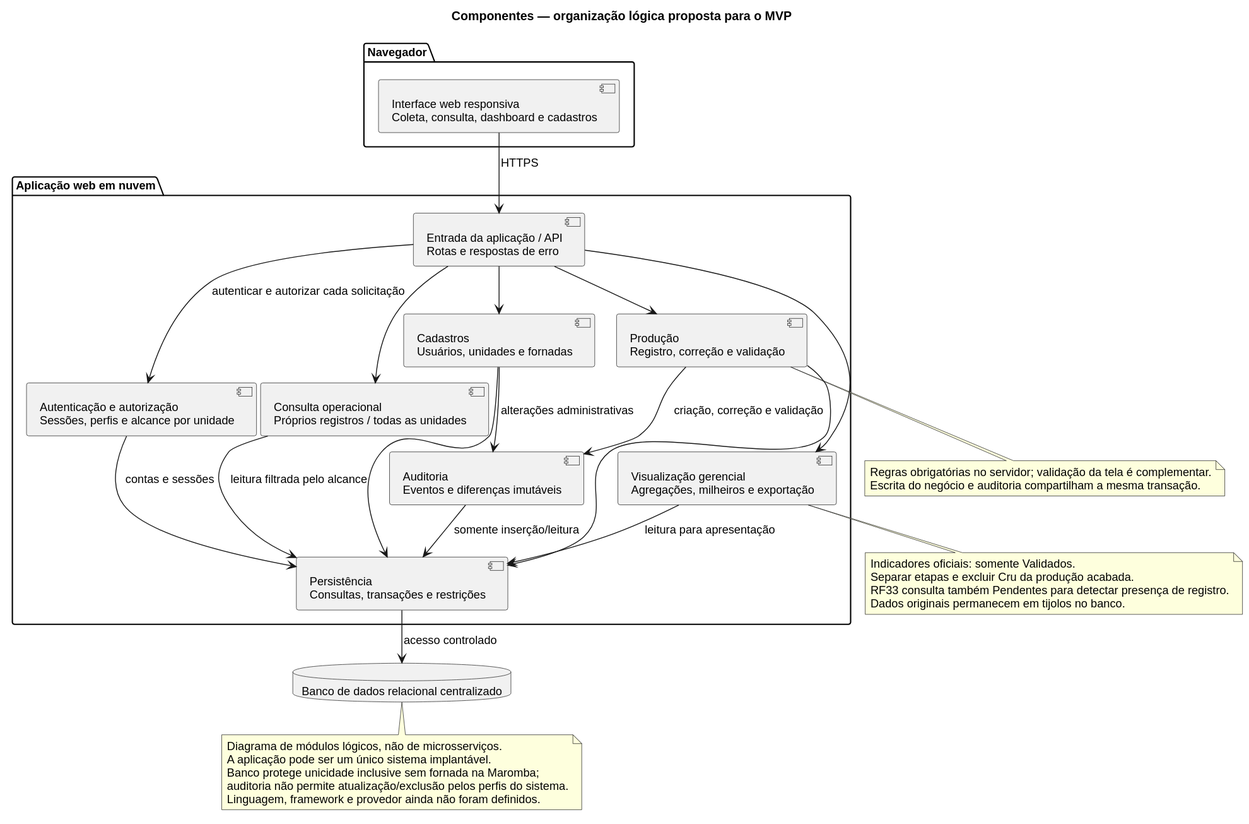
This is docs/uml/svg/09_componentes.svg from emilynerys/Projeto-Cer-mica-SOCRE, a PlantUML export, as it was before one commit. Its diagram source:
```plantuml
@startuml
!pragma layout smetana
skinparam shadowing false
skinparam componentStyle uml2
skinparam defaultFontName Arial
skinparam defaultFontSize 13
title Componentes — organização lógica proposta para o MVP

package "Navegador" {
  component "Interface web responsiva\nColeta, consulta, dashboard e cadastros" as UI
}

package "Aplicação web em nuvem" {
  component "Entrada da aplicação / API\nRotas e respostas de erro" as API
  component "Autenticação e autorização\nSessões, perfis e alcance por unidade" as Acesso
  component "Produção\nRegistro, correção e validação" as Producao
  component "Consulta operacional\nPróprios registros / todas as unidades" as Consulta
  component "Visualização gerencial\nAgregações, milheiros e exportação" as BI
  component "Cadastros\nUsuários, unidades e fornadas" as Cadastros
  component "Auditoria\nEventos e diferenças imutáveis" as Auditoria
  component "Persistência\nConsultas, transações e restrições" as Persistencia
}

database "Banco de dados relacional centralizado" as BD

UI --> API : HTTPS
API --> Acesso : autenticar e autorizar cada solicitação
API --> Producao
API --> Consulta
API --> BI
API --> Cadastros
Producao --> Auditoria : criação, correção e validação
Cadastros --> Auditoria : alterações administrativas
Producao --> Persistencia
Consulta --> Persistencia : leitura filtrada pelo alcance
BI --> Persistencia : leitura para apresentação
Cadastros --> Persistencia
Acesso --> Persistencia : contas e sessões
Auditoria --> Persistencia : somente inserção/leitura
Persistencia --> BD : acesso controlado

note bottom of Producao
  Regras obrigatórias no servidor; validação da tela é complementar.
  Escrita do negócio e auditoria compartilham a mesma transação.
end note
note bottom of BI
  Indicadores oficiais: somente Validados.
  Separar etapas e excluir Cru da produção acabada.
  RF33 consulta também Pendentes para detectar presença de registro.
  Dados originais permanecem em tijolos no banco.
end note
note bottom of BD
  Diagrama de módulos lógicos, não de microsserviços.
  A aplicação pode ser um único sistema implantável.
  Banco protege unicidade inclusive sem fornada na Maromba;
  auditoria não permite atualização/exclusão pelos perfis do sistema.
  Linguagem, framework e provedor ainda não foram definidos.
end note
@enduml
```
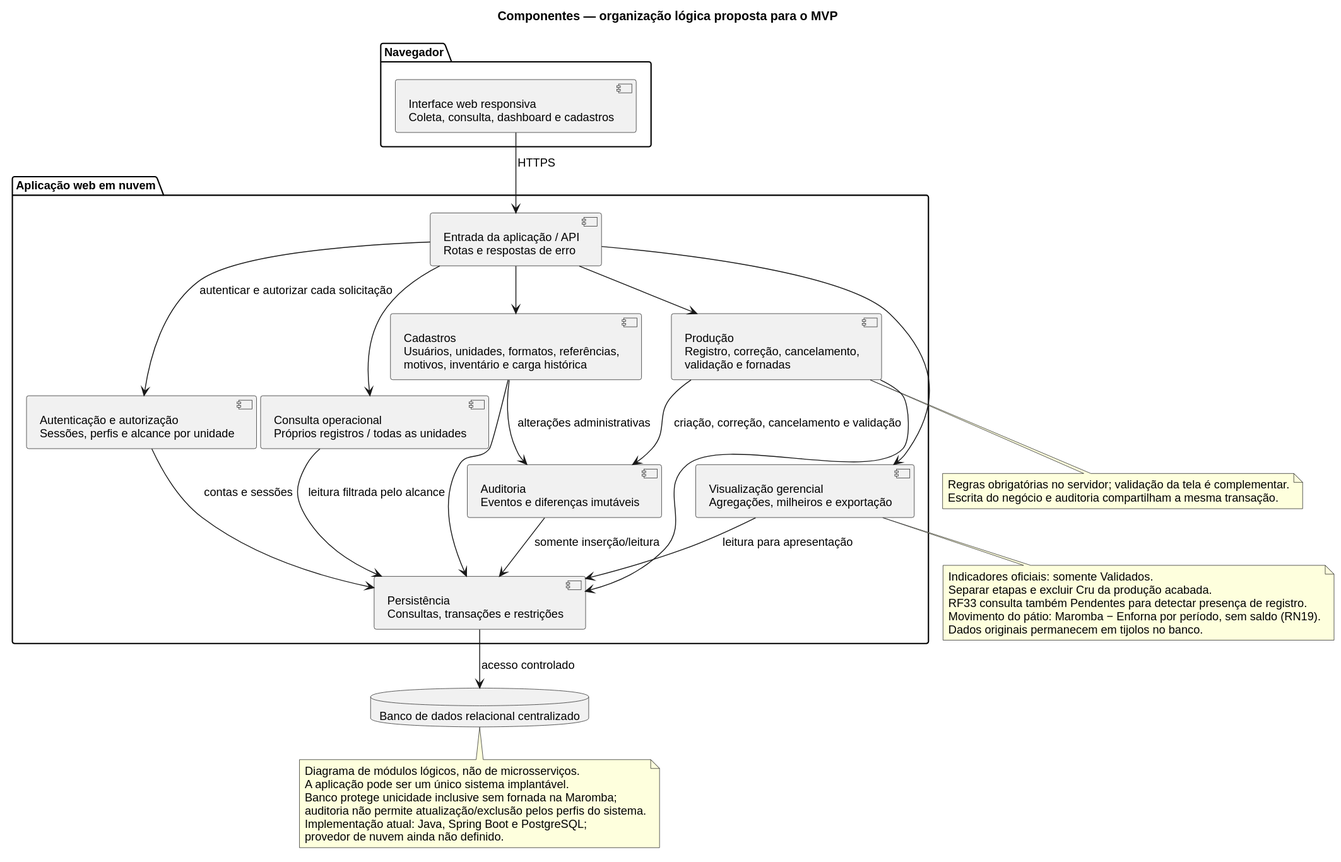
After the commit.

Change to the diagram source:
```diff
@@ -13,10 +13,10 @@
 package "Aplicação web em nuvem" {
   component "Entrada da aplicação / API\nRotas e respostas de erro" as API
   component "Autenticação e autorização\nSessões, perfis e alcance por unidade" as Acesso
-  component "Produção\nRegistro, correção e validação" as Producao
+  component "Produção\nRegistro, correção, cancelamento,\nvalidação e fornadas" as Producao
   component "Consulta operacional\nPróprios registros / todas as unidades" as Consulta
   component "Visualização gerencial\nAgregações, milheiros e exportação" as BI
-  component "Cadastros\nUsuários, unidades e fornadas" as Cadastros
+  component "Cadastros\nUsuários, unidades, formatos, referências,\nmotivos, inventário e carga histórica" as Cadastros
   component "Auditoria\nEventos e diferenças imutáveis" as Auditoria
   component "Persistência\nConsultas, transações e restrições" as Persistencia
 }
@@ -29,7 +29,7 @@
 API --> Consulta
 API --> BI
 API --> Cadastros
-Producao --> Auditoria : criação, correção e validação
+Producao --> Auditoria : criação, correção, cancelamento e validação
 Cadastros --> Auditoria : alterações administrativas
 Producao --> Persistencia
 Consulta --> Persistencia : leitura filtrada pelo alcance
@@ -47,6 +47,7 @@
   Indicadores oficiais: somente Validados.
   Separar etapas e excluir Cru da produção acabada.
   RF33 consulta também Pendentes para detectar presença de registro.
+  Movimento do pátio: Maromba − Enforna por período, sem saldo (RN19).
   Dados originais permanecem em tijolos no banco.
 end note
 note bottom of BD
@@ -54,6 +55,7 @@
   A aplicação pode ser um único sistema implantável.
   Banco protege unicidade inclusive sem fornada na Maromba;
   auditoria não permite atualização/exclusão pelos perfis do sistema.
-  Linguagem, framework e provedor ainda não foram definidos.
+  Implementação atual: Java, Spring Boot e PostgreSQL;
+  provedor de nuvem ainda não definido.
 end note
 @enduml
```
